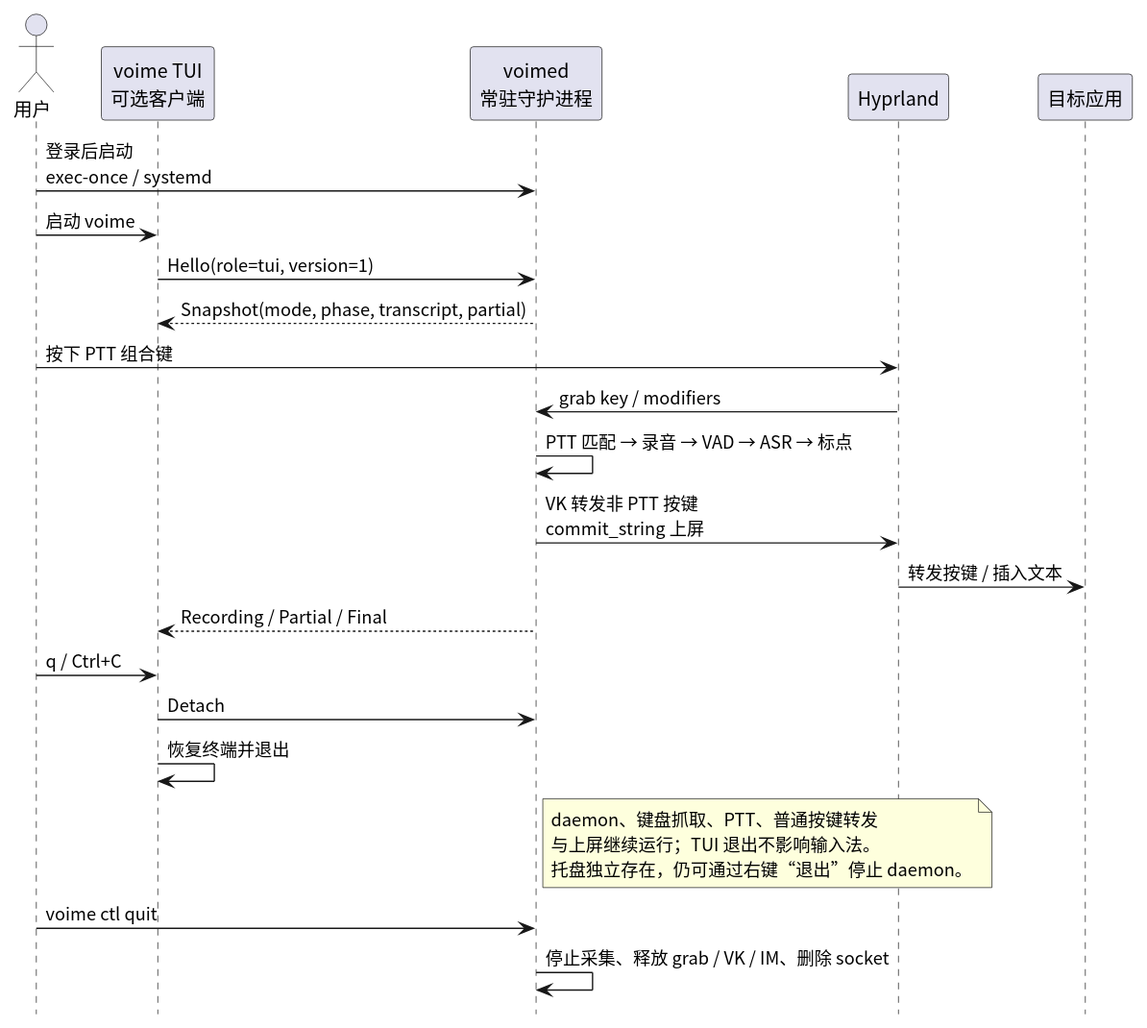
This is diagram/proposal-tui-attach.svg from 54m43lJ/voime, a PlantUML export, as it was before one commit.
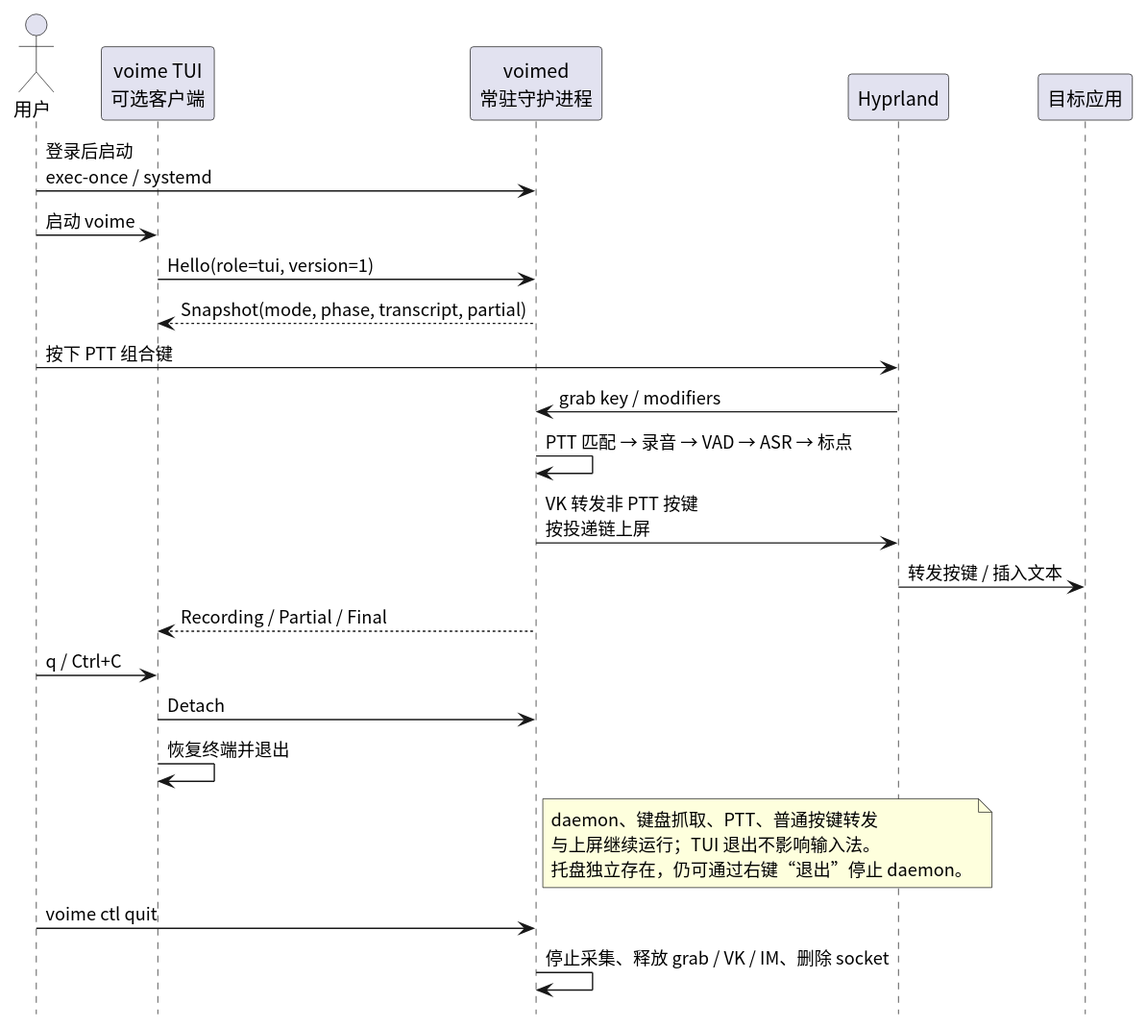
Above is the later version.

Change to the diagram source:
```diff
@@ -16,7 +16,7 @@
 User -> Compositor : 按下 PTT 组合键
 Compositor -> Daemon : grab key / modifiers
 Daemon -> Daemon : PTT 匹配 → 录音 → VAD → ASR → 标点
-Daemon -> Compositor : VK 转发非 PTT 按键\ncommit_string 上屏
+Daemon -> Compositor : VK 转发非 PTT 按键\n按投递链上屏
 Compositor -> App : 转发按键 / 插入文本
 Daemon --> Tui : Recording / Partial / Final
 
```
